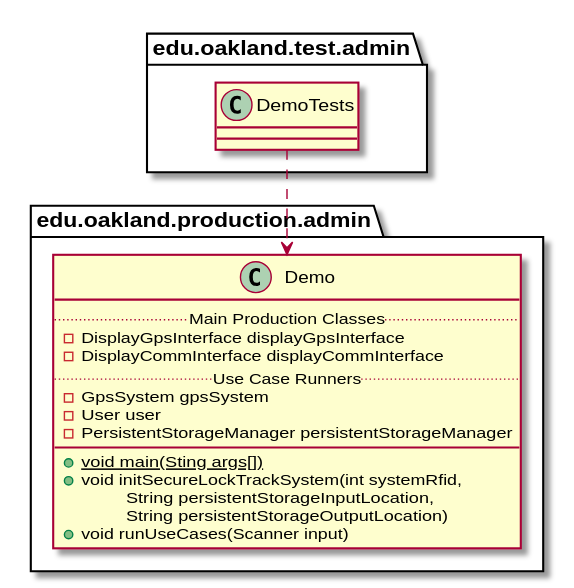
Above: docs/uml-class-diagrams/admin/test/DemoTests/DemoTests_Closure.svg in elilley15/csi-3370-software-project (PlantUML), before the change.
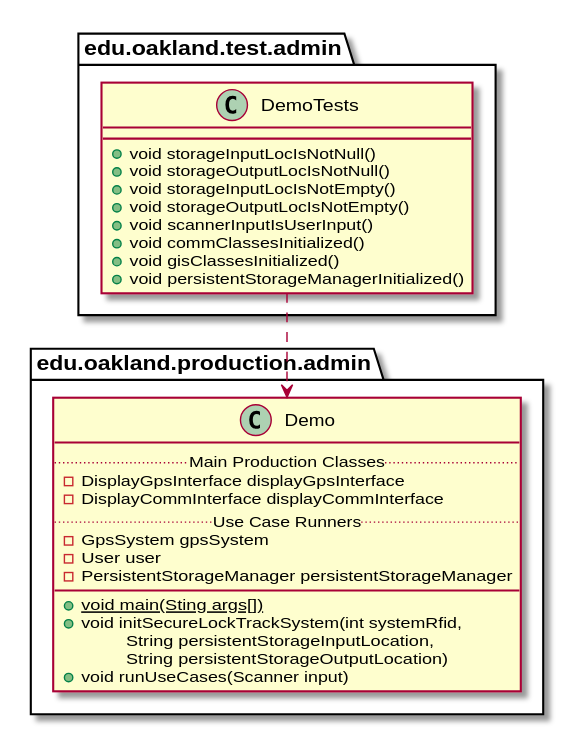
The same file after the commit.

Diff of the diagram source:
```diff
@@ -3,7 +3,14 @@
 
 package edu.oakland.test.admin {
     class DemoTests {
-
+        + void storageInputLocIsNotNull()
+        + void storageOutputLocIsNotNull()
+        + void storageInputLocIsNotEmpty()
+        + void storageOutputLocIsNotEmpty()
+        + void scannerInputIsUserInput()
+        + void commClassesInitialized()
+        + void gisClassesInitialized()
+        + void persistentStorageManagerInitialized()
     }
 }
 
```
